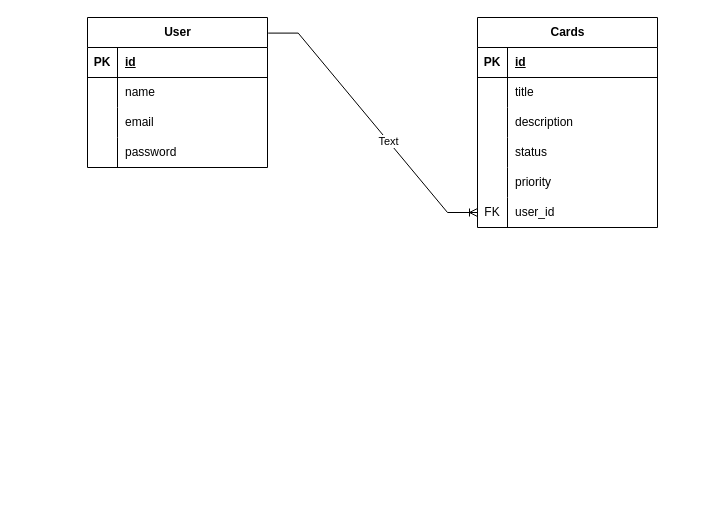
This is trello.drawio from BenDavies1218/2023-OCT-trello, a draw.io file, before an edit. Source tidied: cells renumbered, new cells numbered last; positions are measured from the earlier drawing's top-left corner, leaving out a move shared by most shapes. Both pictures are drawn from the tidied source at 100%, with x=0, y=0 at pixel (87, 17).
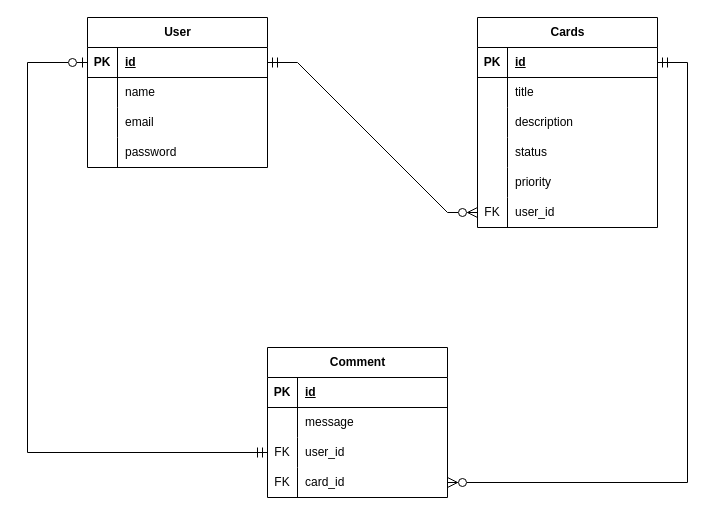
The same diagram, later.

The change refers to these unchanged cells:
```xml
<mxCell id="2" value="User" style="shape=table;startSize=30;childLayout=tableLayout;rowLines=0;fontStyle=1;align=center;html=1;" parent="1" vertex="1">
  <mxGeometry width="180" height="150" as="geometry" />
</mxCell>
<mxCell id="3" style="shape=tableRow;horizontal=0;startSize=0;swimlaneHead=0;swimlaneBody=0;fillColor=none;points=[[0,0.5],[1,0.5]];portConstraint=eastwest;top=0;left=0;right=0;bottom=1;" parent="2" vertex="1">
  <mxGeometry y="30" width="180" height="30" as="geometry" />
</mxCell>
<mxCell id="16" style="shape=tableRow;horizontal=0;startSize=0;swimlaneHead=0;swimlaneBody=0;fillColor=none;points=[[0,0.5],[1,0.5]];portConstraint=eastwest;top=0;left=0;right=0;bottom=1;" parent="15" vertex="1">
  <mxGeometry y="30" width="180" height="30" as="geometry" />
</mxCell>
<mxCell id="31" style="shape=tableRow;horizontal=0;startSize=0;swimlaneHead=0;swimlaneBody=0;fillColor=none;points=[[0,0.5],[1,0.5]];portConstraint=eastwest;top=0;left=0;right=0;bottom=0;" parent="15" vertex="1">
  <mxGeometry y="180" width="180" height="30" as="geometry" />
</mxCell>
```

What changed in the source:
```diff
@@
-    <mxCell id="34" style="edgeStyle=entityRelationEdgeStyle;fontSize=12;html=1;endArrow=ERoneToMany;rounded=0;entryX=0;entryY=0.5;entryDx=0;entryDy=0;exitX=1.004;exitY=0.104;exitDx=0;exitDy=0;exitPerimeter=0;" parent="1" edge="1" source="2" target="31">
+    <mxCell id="34" style="edgeStyle=entityRelationEdgeStyle;fontSize=12;html=1;endArrow=ERzeroToMany;rounded=0;entryX=0;entryY=0.5;entryDx=0;entryDy=0;exitX=1;exitY=0.5;exitDx=0;exitDy=0;endFill=0;strokeWidth=1;endSize=8;startSize=8;startArrow=ERmandOne;startFill=0;targetPerimeterSpacing=8;sourcePerimeterSpacing=8;" parent="1" edge="1" source="3" target="31">
       <mxGeometry relative="1" as="geometry" />
     </mxCell>
-    <mxCell id="35" value="Text" style="edgeLabel;html=1;align=center;verticalAlign=middle;" parent="34" vertex="1">
-      <mxGeometry x="0.16" relative="1" as="geometry" />
-    </mxCell>
+    <mxCell id="36" value="Comment" style="shape=table;startSize=30;childLayout=tableLayout;rowLines=0;fontStyle=1;align=center;html=1;" parent="1" vertex="1">
+      <mxGeometry x="180" y="330" width="180" height="150" as="geometry" />
+    </mxCell>
+    <mxCell id="37" style="shape=tableRow;horizontal=0;startSize=0;swimlaneHead=0;swimlaneBody=0;fillColor=none;top=0;left=0;right=0;bottom=1;" parent="36" vertex="1">
+      <mxGeometry y="30" width="180" height="30" as="geometry" />
+    </mxCell>
+    <mxCell id="38" value="PK" style="shape=partialRectangle;fillColor=none;top=0;left=0;bottom=0;right=0;fontStyle=1;overflow=hidden;whiteSpace=wrap;html=1;" parent="37" vertex="1">
+      <mxGeometry width="30" height="30" as="geometry" />
+    </mxCell>
+    <mxCell id="39" value="id" style="shape=partialRectangle;fillColor=none;top=0;left=0;bottom=0;right=0;align=left;spacingLeft=6;fontStyle=5;overflow=hidden;whiteSpace=wrap;html=1;" parent="37" vertex="1">
+      <mxGeometry x="30" width="150" height="30" as="geometry" />
+    </mxCell>
+    <mxCell id="40" style="shape=tableRow;horizontal=0;startSize=0;swimlaneHead=0;swimlaneBody=0;fillColor=none;top=0;left=0;right=0;bottom=0;" parent="36" vertex="1">
+      <mxGeometry y="60" width="180" height="30" as="geometry" />
+    </mxCell>
+    <mxCell id="41" style="shape=partialRectangle;fillColor=none;top=0;left=0;bottom=0;right=0;overflow=hidden;whiteSpace=wrap;html=1;" parent="40" vertex="1">
+      <mxGeometry width="30" height="30" as="geometry" />
+    </mxCell>
+    <mxCell id="42" value="message" style="shape=partialRectangle;fillColor=none;top=0;left=0;bottom=0;right=0;align=left;spacingLeft=6;overflow=hidden;whiteSpace=wrap;html=1;" parent="40" vertex="1">
+      <mxGeometry x="30" width="150" height="30" as="geometry" />
+    </mxCell>
+    <mxCell id="43" style="shape=tableRow;horizontal=0;startSize=0;swimlaneHead=0;swimlaneBody=0;fillColor=none;points=[[0,0.5],[1,0.5]];portConstraint=eastwest;top=0;left=0;right=0;bottom=0;" parent="36" vertex="1">
+      <mxGeometry y="90" width="180" height="30" as="geometry" />
+    </mxCell>
+    <mxCell id="44" value="FK" style="shape=partialRectangle;fillColor=none;top=0;left=0;bottom=0;right=0;overflow=hidden;whiteSpace=wrap;html=1;" parent="43" vertex="1">
+      <mxGeometry width="30" height="30" as="geometry" />
+    </mxCell>
+    <mxCell id="45" value="user_id" style="shape=partialRectangle;fillColor=none;top=0;left=0;bottom=0;right=0;align=left;spacingLeft=6;overflow=hidden;whiteSpace=wrap;html=1;" parent="43" vertex="1">
+      <mxGeometry x="30" width="150" height="30" as="geometry" />
+    </mxCell>
+    <mxCell id="46" style="shape=tableRow;horizontal=0;startSize=0;swimlaneHead=0;swimlaneBody=0;fillColor=none;points=[[0,0.5],[1,0.5]];portConstraint=eastwest;top=0;left=0;right=0;bottom=0;" parent="36" vertex="1">
+      <mxGeometry y="120" width="180" height="30" as="geometry" />
+    </mxCell>
+    <mxCell id="47" value="FK" style="shape=partialRectangle;fillColor=none;top=0;left=0;bottom=0;right=0;overflow=hidden;whiteSpace=wrap;html=1;" parent="46" vertex="1">
+      <mxGeometry width="30" height="30" as="geometry" />
+    </mxCell>
+    <mxCell id="48" value="card_id" style="shape=partialRectangle;fillColor=none;top=0;left=0;bottom=0;right=0;align=left;spacingLeft=6;overflow=hidden;whiteSpace=wrap;html=1;" parent="46" vertex="1">
+      <mxGeometry x="30" width="150" height="30" as="geometry" />
+    </mxCell>
+    <mxCell id="49" style="edgeStyle=orthogonalEdgeStyle;fontSize=12;html=1;endArrow=ERzeroToOne;rounded=0;exitX=0;exitY=0.5;exitDx=0;exitDy=0;entryX=0;entryY=0.5;entryDx=0;entryDy=0;endSize=8;startSize=8;startArrow=ERmandOne;startFill=0;targetPerimeterSpacing=8;sourcePerimeterSpacing=8;endFill=0;" parent="1" edge="1" source="43" target="3">
+      <mxGeometry relative="1" as="geometry">
+        <Array as="points">
+          <mxPoint x="-60" y="435" />
+          <mxPoint x="-60" y="45" />
+        </Array>
+      </mxGeometry>
+    </mxCell>
+    <mxCell id="50" style="edgeStyle=orthogonalEdgeStyle;rounded=0;jettySize=auto;html=1;entryX=1;entryY=0.5;entryDx=0;entryDy=0;startArrow=ERmandOne;startFill=0;targetPerimeterSpacing=8;sourcePerimeterSpacing=8;endSize=8;startSize=8;endArrow=ERzeroToMany;endFill=0;exitX=1;exitY=0.5;exitDx=0;exitDy=0;" parent="1" edge="1" source="16" target="46">
+      <mxGeometry relative="1" as="geometry">
+        <Array as="points">
+          <mxPoint x="600" y="45" />
+          <mxPoint x="600" y="465" />
+        </Array>
+      </mxGeometry>
+    </mxCell>
```
